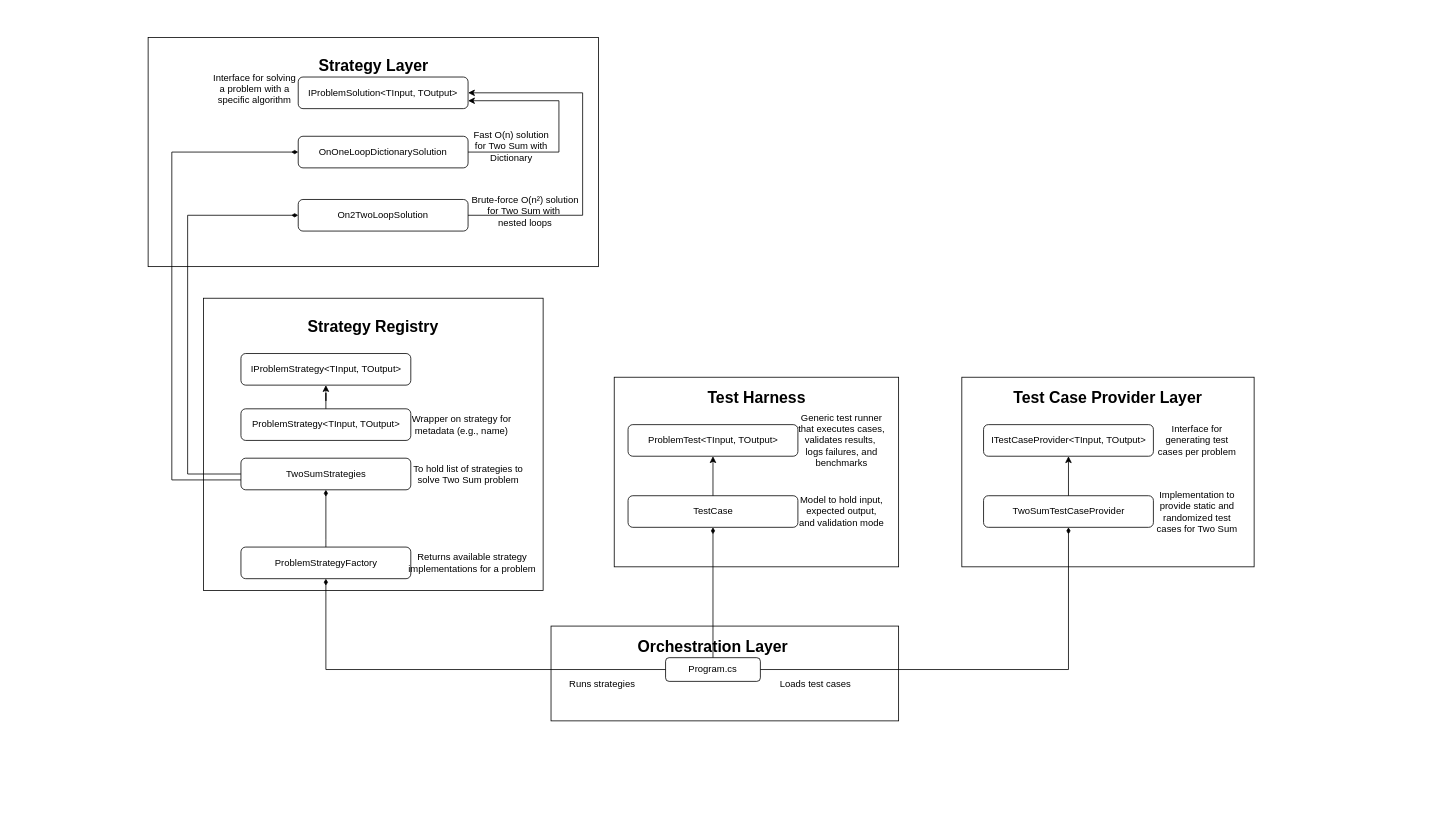
Above: Leetcode/Documentation/Leetcode-mini-testing-framework.drawio in abhimanyu-builds/Leetcode (draw.io), before the change. Source tidied: cells renumbered, new cells numbered last; positions are measured from the earlier drawing's top-left corner, leaving out a move shared by most shapes. Both pictures are drawn from the tidied source at 79%, with x=0, y=0 at pixel (148, 37).
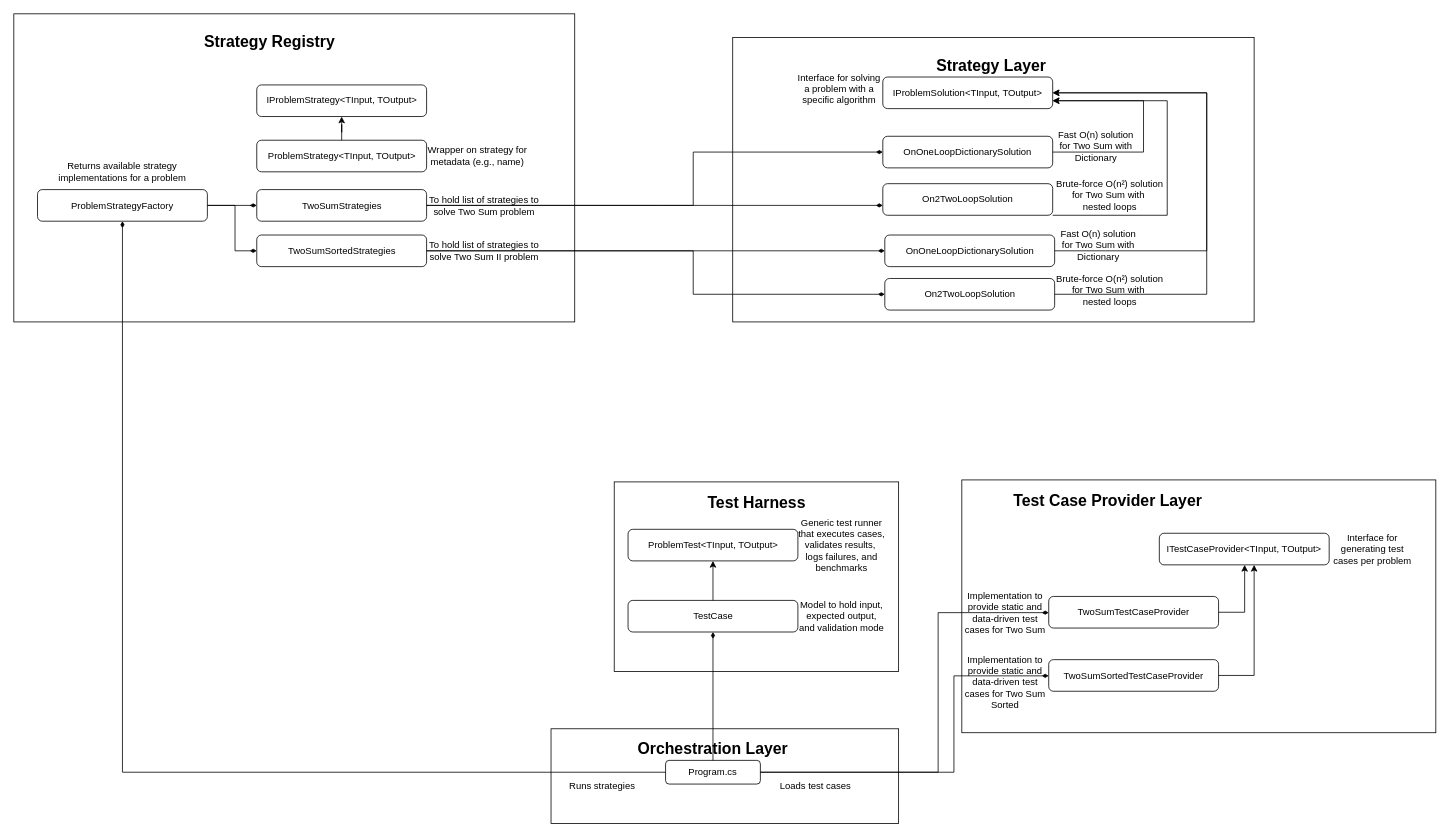
The same diagram, later.

What changed in the source:
```diff
@@
     <mxCell id="2" style="rounded=0;whiteSpace=wrap;html=1;fillColor=none;" parent="1" vertex="1">
-      <mxGeometry x="510" y="745" width="440" height="120" as="geometry" />
+      <mxGeometry x="510" y="875" width="440" height="120" as="geometry" />
     </mxCell>
     <mxCell id="3" value="&lt;b&gt;&lt;font style=&quot;font-size: 20px;&quot;&gt;Orchestration Layer&lt;/font&gt;&lt;/b&gt;" style="text;html=1;align=center;verticalAlign=middle;whiteSpace=wrap;rounded=0;" parent="1" vertex="1">
-      <mxGeometry x="600" y="755" width="230" height="30" as="geometry" />
+      <mxGeometry x="600" y="885" width="230" height="30" as="geometry" />
     </mxCell>
     <mxCell id="4" style="edgeStyle=orthogonalEdgeStyle;rounded=0;jettySize=auto;html=1;endArrow=diamondThin;endFill=1;" parent="1" edge="1" source="7" target="14">
-      <mxGeometry relative="1" as="geometry" />
+      <mxGeometry relative="1" as="geometry">
+        <Array as="points">
+          <mxPoint x="1000" y="930" />
+          <mxPoint x="1000" y="728" />
+        </Array>
+      </mxGeometry>
     </mxCell>
@@
+    <mxCell id="47" style="edgeStyle=orthogonalEdgeStyle;rounded=0;jettySize=auto;html=1;endArrow=diamondThin;endFill=1;" parent="1" edge="1" source="7" target="61">
+      <mxGeometry relative="1" as="geometry">
+        <Array as="points">
+          <mxPoint x="1020" y="930" />
+          <mxPoint x="1020" y="808" />
+        </Array>
+      </mxGeometry>
+    </mxCell>
     <mxCell id="7" value="Program.cs" style="rounded=1;whiteSpace=wrap;html=1;fillColor=none;" parent="1" vertex="1">
-      <mxGeometry x="655" y="785" width="120" height="30" as="geometry" />
+      <mxGeometry x="655" y="915" width="120" height="30" as="geometry" />
     </mxCell>
     <mxCell id="8" value="Loads test cases" style="text;html=1;align=center;verticalAlign=middle;whiteSpace=wrap;rounded=0;" parent="1" vertex="1">
-      <mxGeometry x="790" y="812.5" width="110" height="10" as="geometry" />
+      <mxGeometry x="790" y="942.5" width="110" height="10" as="geometry" />
     </mxCell>
     <mxCell id="9" style="rounded=0;whiteSpace=wrap;html=1;fillColor=none;" parent="1" vertex="1">
-      <mxGeometry x="1030" y="430" width="370" height="240" as="geometry" />
+      <mxGeometry x="1030" y="560" width="600" height="320" as="geometry" />
     </mxCell>
     <mxCell id="10" value="&lt;b&gt;&lt;font style=&quot;font-size: 20px;&quot;&gt;Test Case Provider Layer&lt;/font&gt;&lt;/b&gt;" style="text;html=1;align=center;verticalAlign=middle;whiteSpace=wrap;rounded=0;" parent="1" vertex="1">
-      <mxGeometry x="1075" y="440" width="280" height="30" as="geometry" />
+      <mxGeometry x="1075" y="570" width="280" height="30" as="geometry" />
     </mxCell>
     <mxCell id="11" value="ITestCaseProvider&amp;lt;TInput, TOutput&amp;gt;" style="rounded=1;whiteSpace=wrap;html=1;fillColor=none;" parent="1" vertex="1">
-      <mxGeometry x="1057.5" y="490" width="215" height="40" as="geometry" />
+      <mxGeometry x="1280" y="627.5" width="215" height="40" as="geometry" />
     </mxCell>
     <mxCell id="12" value="Interface for generating test cases per problem" style="text;html=1;align=center;verticalAlign=middle;whiteSpace=wrap;rounded=0;" parent="1" vertex="1">
-      <mxGeometry x="1272.5" y="485" width="110" height="50" as="geometry" />
+      <mxGeometry x="1495" y="622.5" width="110" height="50" as="geometry" />
     </mxCell>
-    <mxCell id="13" style="edgeStyle=orthogonalEdgeStyle;rounded=0;jettySize=auto;html=1;entryX=0.5;entryY=1;entryDx=0;entryDy=0;" parent="1" edge="1" source="14" target="11">
-      <mxGeometry relative="1" as="geometry" />
+    <mxCell id="13" style="edgeStyle=orthogonalEdgeStyle;rounded=0;jettySize=auto;html=1;" parent="1" edge="1" source="14" target="11">
+      <mxGeometry relative="1" as="geometry">
+        <Array as="points">
+          <mxPoint x="1388" y="728" />
+        </Array>
+      </mxGeometry>
     </mxCell>
     <mxCell id="14" value="TwoSumTestCaseProvider" style="rounded=1;whiteSpace=wrap;html=1;fillColor=none;" parent="1" vertex="1">
-      <mxGeometry x="1057.5" y="580" width="215" height="40" as="geometry" />
+      <mxGeometry x="1140" y="707.5" width="215" height="40" as="geometry" />
     </mxCell>
-    <mxCell id="15" value="Implementation to provide&amp;nbsp;static and randomized test cases for Two Sum" style="text;html=1;align=center;verticalAlign=middle;whiteSpace=wrap;rounded=0;" parent="1" vertex="1">
-      <mxGeometry x="1272.5" y="575" width="110" height="50" as="geometry" />
+    <mxCell id="15" value="Implementation to provide&amp;nbsp;static and data-driven&amp;nbsp;test cases for Two Sum" style="text;html=1;align=center;verticalAlign=middle;whiteSpace=wrap;rounded=0;" parent="1" vertex="1">
+      <mxGeometry x="1030" y="702.5" width="110" height="50" as="geometry" />
     </mxCell>
     <mxCell id="16" value="&lt;div&gt;Runs strategies&lt;/div&gt;" style="text;html=1;align=center;verticalAlign=middle;whiteSpace=wrap;rounded=0;" parent="1" vertex="1">
-      <mxGeometry x="520" y="810" width="110" height="15" as="geometry" />
+      <mxGeometry x="520" y="940" width="110" height="15" as="geometry" />
     </mxCell>
     <mxCell id="17" style="rounded=0;whiteSpace=wrap;html=1;fillColor=none;" parent="1" vertex="1">
-      <mxGeometry width="570" height="290" as="geometry" />
+      <mxGeometry x="740" width="660" height="360" as="geometry" />
     </mxCell>
     <mxCell id="18" value="&lt;b&gt;&lt;font style=&quot;font-size: 20px;&quot;&gt;Strategy Layer&lt;/font&gt;&lt;/b&gt;" style="text;html=1;align=center;verticalAlign=middle;whiteSpace=wrap;rounded=0;" parent="1" vertex="1">
-      <mxGeometry x="207.5" y="20" width="155" height="30" as="geometry" />
+      <mxGeometry x="990" y="20" width="155" height="30" as="geometry" />
     </mxCell>
     <mxCell id="19" value="IProblemSolution&amp;lt;TInput, TOutput&amp;gt;" style="rounded=1;whiteSpace=wrap;html=1;fillColor=none;" parent="1" vertex="1">
-      <mxGeometry x="190" y="50" width="215" height="40" as="geometry" />
+      <mxGeometry x="930" y="50" width="215" height="40" as="geometry" />
     </mxCell>
     <mxCell id="20" value="Interface for solving a problem with a specific algorithm" style="text;html=1;align=center;verticalAlign=middle;whiteSpace=wrap;rounded=0;" parent="1" vertex="1">
-      <mxGeometry x="80" y="40" width="110" height="50" as="geometry" />
+      <mxGeometry x="820" y="40" width="110" height="50" as="geometry" />
     </mxCell>
     <mxCell id="21" style="edgeStyle=orthogonalEdgeStyle;rounded=0;jettySize=auto;html=1;" parent="1" edge="1" source="22" target="19">
       <mxGeometry relative="1" as="geometry">
         <Array as="points">
-          <mxPoint x="520" y="145" />
-          <mxPoint x="520" y="80" />
+          <mxPoint x="1260" y="145" />
+          <mxPoint x="1260" y="80" />
         </Array>
       </mxGeometry>
     </mxCell>
     <mxCell id="22" value="OnOneLoopDictionarySolution" style="rounded=1;whiteSpace=wrap;html=1;fillColor=none;" parent="1" vertex="1">
-      <mxGeometry x="190" y="125" width="215" height="40" as="geometry" />
+      <mxGeometry x="930" y="125" width="215" height="40" as="geometry" />
     </mxCell>
     <mxCell id="23" value="Fast O(n) solution for Two Sum with Dictionary" style="text;html=1;align=center;verticalAlign=middle;whiteSpace=wrap;rounded=0;" parent="1" vertex="1">
-      <mxGeometry x="405" y="112.5" width="110" height="50" as="geometry" />
+      <mxGeometry x="1145" y="112.5" width="110" height="50" as="geometry" />
     </mxCell>
     <mxCell id="24" style="edgeStyle=orthogonalEdgeStyle;rounded=0;jettySize=auto;html=1;" parent="1" edge="1" source="25" target="19">
       <mxGeometry relative="1" as="geometry">
         <Array as="points">
-          <mxPoint x="550" y="225" />
-          <mxPoint x="550" y="70" />
+          <mxPoint x="1290" y="225" />
+          <mxPoint x="1290" y="80" />
         </Array>
       </mxGeometry>
     </mxCell>
     <mxCell id="25" value="On2TwoLoopSolution" style="rounded=1;whiteSpace=wrap;html=1;fillColor=none;" parent="1" vertex="1">
-      <mxGeometry x="190" y="205" width="215" height="40" as="geometry" />
+      <mxGeometry x="930" y="185" width="215" height="40" as="geometry" />
     </mxCell>
     <mxCell id="26" value="Brute-force O(n²) solution for Two Sum with&amp;nbsp;&lt;div&gt;nested loops&lt;/div&gt;" style="text;html=1;align=center;verticalAlign=middle;whiteSpace=wrap;rounded=0;" parent="1" vertex="1">
-      <mxGeometry x="405" y="195" width="145" height="50" as="geometry" />
+      <mxGeometry x="1145" y="175" width="145" height="50" as="geometry" />
     </mxCell>
     <mxCell id="27" style="rounded=0;whiteSpace=wrap;html=1;fillColor=none;" parent="1" vertex="1">
-      <mxGeometry x="590" y="430" width="360" height="240" as="geometry" />
+      <mxGeometry x="590" y="562.5" width="360" height="240" as="geometry" />
     </mxCell>
     <mxCell id="28" value="&lt;b&gt;&lt;font style=&quot;font-size: 20px;&quot;&gt;Test Harness&lt;/font&gt;&lt;/b&gt;" style="text;html=1;align=center;verticalAlign=middle;whiteSpace=wrap;rounded=0;" parent="1" vertex="1">
-      <mxGeometry x="692.5" y="440" width="155" height="30" as="geometry" />
+      <mxGeometry x="692.5" y="572.5" width="155" height="30" as="geometry" />
     </mxCell>
     <mxCell id="29" value="ProblemTest&amp;lt;TInput, TOutput&amp;gt;" style="rounded=1;whiteSpace=wrap;html=1;fillColor=none;" parent="1" vertex="1">
-      <mxGeometry x="607.5" y="490" width="215" height="40" as="geometry" />
+      <mxGeometry x="607.5" y="622.5" width="215" height="40" as="geometry" />
     </mxCell>
     <mxCell id="30" value="Generic test runner that executes cases, validates results,&amp;nbsp;&lt;div&gt;logs failures, and benchmarks&lt;/div&gt;" style="text;html=1;align=center;verticalAlign=middle;whiteSpace=wrap;rounded=0;" parent="1" vertex="1">
-      <mxGeometry x="813.8" y="472.5" width="127.5" height="75" as="geometry" />
+      <mxGeometry x="813.8" y="605" width="127.5" height="75" as="geometry" />
     </mxCell>
@@
     <mxCell id="32" value="TestCase" style="rounded=1;whiteSpace=wrap;html=1;fillColor=none;" parent="1" vertex="1">
-      <mxGeometry x="607.5" y="580" width="215" height="40" as="geometry" />
+      <mxGeometry x="607.5" y="712.5" width="215" height="40" as="geometry" />
     </mxCell>
     <mxCell id="33" value="Model to hold input, expected output, and validation mode" style="text;html=1;align=center;verticalAlign=middle;whiteSpace=wrap;rounded=0;" parent="1" vertex="1">
-      <mxGeometry x="822.5" y="575" width="110" height="50" as="geometry" />
+      <mxGeometry x="822.5" y="707.5" width="110" height="50" as="geometry" />
     </mxCell>
     <mxCell id="34" style="rounded=0;whiteSpace=wrap;html=1;fillColor=none;" parent="1" vertex="1">
-      <mxGeometry x="70" y="330" width="430" height="370" as="geometry" />
+      <mxGeometry x="-170" y="-30" width="710" height="390" as="geometry" />
     </mxCell>
     <mxCell id="35" value="&lt;b&gt;&lt;font style=&quot;font-size: 20px;&quot;&gt;Strategy Registry&lt;/font&gt;&lt;/b&gt;" style="text;html=1;align=center;verticalAlign=middle;whiteSpace=wrap;rounded=0;" parent="1" vertex="1">
-      <mxGeometry x="191.2" y="350" width="187.5" height="30" as="geometry" />
+      <mxGeometry x="60" y="-10" width="187.5" height="30" as="geometry" />
     </mxCell>
@@
     <mxCell id="37" value="ProblemStrategy&amp;lt;TInput, TOutput&amp;gt;" style="rounded=1;whiteSpace=wrap;html=1;fillColor=none;" parent="1" vertex="1">
-      <mxGeometry x="117.5" y="470" width="215" height="40" as="geometry" />
+      <mxGeometry x="137.5" y="130" width="215" height="40" as="geometry" />
     </mxCell>
     <mxCell id="38" value="Wrapper on strategy for metadata (e.g., name)" style="text;html=1;align=center;verticalAlign=middle;whiteSpace=wrap;rounded=0;" parent="1" vertex="1">
-      <mxGeometry x="332.5" y="465" width="127.5" height="50" as="geometry" />
+      <mxGeometry x="352.5" y="125" width="127.5" height="50" as="geometry" />
     </mxCell>
     <mxCell id="39" style="edgeStyle=orthogonalEdgeStyle;rounded=0;jettySize=auto;html=1;endArrow=diamondThin;endFill=1;" parent="1" edge="1" source="40" target="44">
       <mxGeometry relative="1" as="geometry">
         <Array as="points">
-          <mxPoint x="225" y="635" />
+          <mxPoint x="130" y="213" />
+          <mxPoint x="130" y="213" />
         </Array>
       </mxGeometry>
     </mxCell>
+    <mxCell id="48" style="edgeStyle=orthogonalEdgeStyle;rounded=0;jettySize=auto;html=1;endArrow=diamondThin;endFill=1;" parent="1" edge="1" source="40" target="57">
+      <mxGeometry relative="1" as="geometry">
+        <Array as="points">
+          <mxPoint x="110" y="213" />
+          <mxPoint x="110" y="270" />
+        </Array>
+      </mxGeometry>
+    </mxCell>
     <mxCell id="40" value="ProblemStrategyFactory" style="rounded=1;whiteSpace=wrap;html=1;fillColor=none;" parent="1" vertex="1">
-      <mxGeometry x="117.5" y="645" width="215" height="40" as="geometry" />
+      <mxGeometry x="-140" y="192.5" width="215" height="40" as="geometry" />
     </mxCell>
     <mxCell id="41" value="Returns available strategy implementations for a problem" style="text;html=1;align=center;verticalAlign=middle;whiteSpace=wrap;rounded=0;" parent="1" vertex="1">
-      <mxGeometry x="322.5" y="640" width="175" height="50" as="geometry" />
+      <mxGeometry x="-120" y="145" width="175" height="50" as="geometry" />
     </mxCell>
     <mxCell id="42" style="edgeStyle=orthogonalEdgeStyle;rounded=0;jettySize=auto;html=1;endArrow=diamondThin;endFill=1;" parent="1" edge="1" source="44" target="25">
       <mxGeometry relative="1" as="geometry">
         <Array as="points">
-          <mxPoint x="50" y="553" />
-          <mxPoint x="50" y="225" />
+          <mxPoint x="650" y="213" />
+          <mxPoint x="650" y="213" />
         </Array>
       </mxGeometry>
     </mxCell>
     <mxCell id="43" style="edgeStyle=orthogonalEdgeStyle;rounded=0;jettySize=auto;html=1;endArrow=diamondThin;endFill=1;" parent="1" edge="1" source="44" target="22">
       <mxGeometry relative="1" as="geometry">
         <Array as="points">
-          <mxPoint x="30" y="560" />
-          <mxPoint x="30" y="145" />
+          <mxPoint x="690" y="212" />
+          <mxPoint x="690" y="145" />
         </Array>
       </mxGeometry>
     </mxCell>
     <mxCell id="44" value="TwoSumStrategies" style="rounded=1;whiteSpace=wrap;html=1;fillColor=none;" parent="1" vertex="1">
-      <mxGeometry x="117.5" y="532.5" width="215" height="40" as="geometry" />
+      <mxGeometry x="137.5" y="192.5" width="215" height="40" as="geometry" />
     </mxCell>
     <mxCell id="45" value="To hold list of strategies to solve Two Sum problem" style="text;html=1;align=center;verticalAlign=middle;whiteSpace=wrap;rounded=0;" parent="1" vertex="1">
-      <mxGeometry x="332.5" y="527.5" width="145" height="50" as="geometry" />
+      <mxGeometry x="352.5" y="187.5" width="145" height="50" as="geometry" />
     </mxCell>
     <mxCell id="46" value="IProblemStrategy&amp;lt;TInput, TOutput&amp;gt;" style="rounded=1;whiteSpace=wrap;html=1;fillColor=none;" parent="1" vertex="1">
-      <mxGeometry x="117.5" y="400" width="215" height="40" as="geometry" />
+      <mxGeometry x="137.5" y="60" width="215" height="40" as="geometry" />
     </mxCell>
+    <mxCell id="49" style="edgeStyle=orthogonalEdgeStyle;rounded=0;jettySize=auto;html=1;" parent="1" edge="1" source="50" target="19">
+      <mxGeometry relative="1" as="geometry">
+        <Array as="points">
+          <mxPoint x="1340" y="270" />
+          <mxPoint x="1340" y="70" />
+        </Array>
+      </mxGeometry>
+    </mxCell>
+    <mxCell id="50" value="OnOneLoopDictionarySolution" style="rounded=1;whiteSpace=wrap;html=1;fillColor=none;" parent="1" vertex="1">
+      <mxGeometry x="932.5" y="250" width="215" height="40" as="geometry" />
+    </mxCell>
+    <mxCell id="51" value="Fast O(n) solution for Two Sum with Dictionary" style="text;html=1;align=center;verticalAlign=middle;whiteSpace=wrap;rounded=0;" parent="1" vertex="1">
+      <mxGeometry x="1147.5" y="237.5" width="110" height="50" as="geometry" />
+    </mxCell>
+    <mxCell id="52" style="edgeStyle=orthogonalEdgeStyle;rounded=0;jettySize=auto;html=1;" parent="1" edge="1" source="53" target="19">
+      <mxGeometry relative="1" as="geometry">
+        <Array as="points">
+          <mxPoint x="1340" y="325" />
+          <mxPoint x="1340" y="70" />
+        </Array>
+      </mxGeometry>
+    </mxCell>
+    <mxCell id="53" value="On2TwoLoopSolution" style="rounded=1;whiteSpace=wrap;html=1;fillColor=none;" parent="1" vertex="1">
+      <mxGeometry x="932.5" y="305" width="215" height="40" as="geometry" />
+    </mxCell>
+    <mxCell id="54" value="Brute-force O(n²) solution for Two Sum with&amp;nbsp;&lt;div&gt;nested loops&lt;/div&gt;" style="text;html=1;align=center;verticalAlign=middle;whiteSpace=wrap;rounded=0;" parent="1" vertex="1">
+      <mxGeometry x="1145" y="295" width="145" height="50" as="geometry" />
+    </mxCell>
+    <mxCell id="55" style="edgeStyle=orthogonalEdgeStyle;rounded=0;jettySize=auto;html=1;endArrow=diamondThin;endFill=1;" parent="1" edge="1" source="57" target="50">
+      <mxGeometry relative="1" as="geometry" />
+    </mxCell>
+    <mxCell id="56" style="edgeStyle=orthogonalEdgeStyle;rounded=0;jettySize=auto;html=1;endArrow=diamondThin;endFill=1;" parent="1" edge="1" source="57" target="53">
+      <mxGeometry relative="1" as="geometry">
+        <Array as="points">
+          <mxPoint x="690" y="270" />
+          <mxPoint x="690" y="325" />
+        </Array>
+      </mxGeometry>
+    </mxCell>
+    <mxCell id="57" value="TwoSumSortedStrategies" style="rounded=1;whiteSpace=wrap;html=1;fillColor=none;" parent="1" vertex="1">
+      <mxGeometry x="137.5" y="250" width="215" height="40" as="geometry" />
+    </mxCell>
+    <mxCell id="58" value="To hold list of strategies to solve Two Sum II problem" style="text;html=1;align=center;verticalAlign=middle;whiteSpace=wrap;rounded=0;" parent="1" vertex="1">
+      <mxGeometry x="352.5" y="245" width="145" height="50" as="geometry" />
+    </mxCell>
+    <mxCell id="59" value="Implementation to provide&amp;nbsp;static and data-driven test cases for Two Sum Sorted" style="text;html=1;align=center;verticalAlign=middle;whiteSpace=wrap;rounded=0;" parent="1" vertex="1">
+      <mxGeometry x="1030" y="780" width="110" height="72.5" as="geometry" />
+    </mxCell>
+    <mxCell id="60" style="edgeStyle=orthogonalEdgeStyle;rounded=0;jettySize=auto;html=1;" parent="1" edge="1" source="61" target="11">
+      <mxGeometry relative="1" as="geometry">
+        <Array as="points">
+          <mxPoint x="1400" y="808" />
+        </Array>
+      </mxGeometry>
+    </mxCell>
+    <mxCell id="61" value="TwoSumSortedTestCaseProvider" style="rounded=1;whiteSpace=wrap;html=1;fillColor=none;" parent="1" vertex="1">
+      <mxGeometry x="1140" y="787.5" width="215" height="40" as="geometry" />
+    </mxCell>
```
